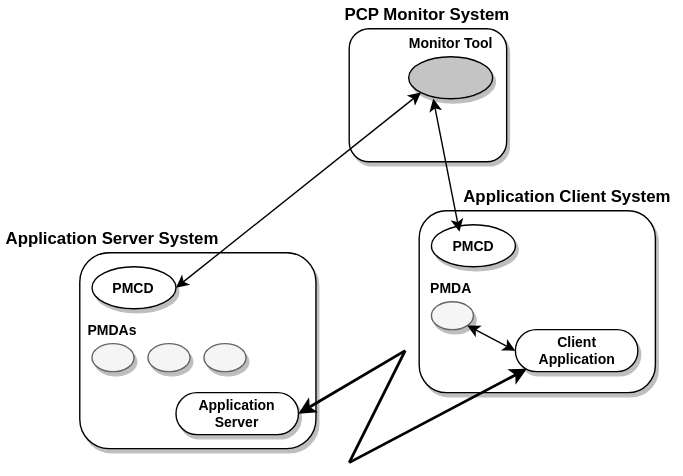
The draw.io diagram images/qos-deploy.svg in performancecopilot/pcp, before a commit. Source tidied: cells renumbered, new cells last; positions are measured from the earlier drawing's top-left corner, leaving out a move shared by most shapes.
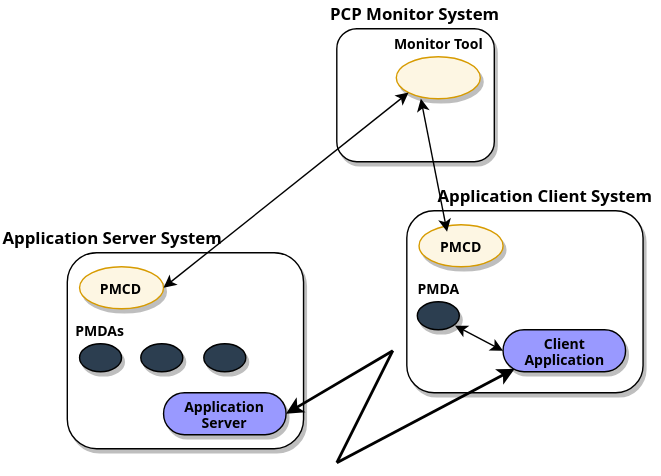
After the commit.

Change to the diagram source:
```diff
@@ -2,96 +2,98 @@
   <root>
     <mxCell id="0" />
     <mxCell id="1" parent="0" />
-    <mxCell id="2" style="rounded=1;whiteSpace=wrap;html=1;shadow=1;fontStyle=1;fontSize=10;" parent="1" vertex="1">
+    <mxCell id="2" style="rounded=1;whiteSpace=wrap;html=1;shadow=1;fontStyle=1;fontSize=10;fontFamily=Sans;" parent="1" vertex="1">
       <mxGeometry x="249" y="20" width="112.5" height="95" as="geometry" />
     </mxCell>
-    <mxCell id="3" style="rounded=1;whiteSpace=wrap;html=1;shadow=1;fontStyle=1;fontSize=10;" parent="1" vertex="1">
+    <mxCell id="3" style="rounded=1;whiteSpace=wrap;html=1;shadow=1;fontStyle=1;fontSize=10;fontFamily=Sans;" parent="1" vertex="1">
       <mxGeometry x="56.5" y="180" width="168.8" height="140" as="geometry" />
     </mxCell>
-    <mxCell id="4" style="ellipse;whiteSpace=wrap;html=1;shadow=1;fontStyle=1;fontSize=10;" parent="1" vertex="1">
+    <mxCell id="4" style="ellipse;whiteSpace=wrap;html=1;shadow=1;fontStyle=1;fontSize=10;fillColor=#FDF6E3;strokeColor=#D79B00;fontFamily=Sans;" parent="1" vertex="1">
       <mxGeometry x="65.2" y="190" width="60" height="30" as="geometry" />
     </mxCell>
-    <mxCell id="5" style="ellipse;whiteSpace=wrap;html=1;fillColor=#f5f5f5;strokeColor=#666666;fontColor=#333333;shadow=1;fontStyle=1;fontSize=10;" parent="1" vertex="1">
+    <mxCell id="5" style="ellipse;whiteSpace=wrap;html=1;fontColor=#333333;shadow=1;fontStyle=1;fontSize=10;fillColor=#2C3E50;fontFamily=Sans;" parent="1" vertex="1">
       <mxGeometry x="65.2" y="245" width="30" height="20" as="geometry" />
     </mxCell>
-    <mxCell id="6" style="ellipse;whiteSpace=wrap;html=1;fillColor=#f5f5f5;strokeColor=#666666;fontColor=#333333;shadow=1;fontStyle=1;fontSize=10;" parent="1" vertex="1">
-      <mxGeometry x="105.2" y="245" width="30" height="20" as="geometry" />
-    </mxCell>
-    <mxCell id="7" style="ellipse;whiteSpace=wrap;html=1;fillColor=#f5f5f5;strokeColor=#666666;fontColor=#333333;shadow=1;fontStyle=1;fontSize=10;" parent="1" vertex="1">
-      <mxGeometry x="145.2" y="245" width="30" height="20" as="geometry" />
-    </mxCell>
-    <mxCell id="8" value="PMCD" style="text;html=1;strokeColor=none;fillColor=none;align=center;verticalAlign=middle;whiteSpace=wrap;rounded=0;shadow=1;fontStyle=1;fontSize=10;" parent="1" vertex="1">
+    <mxCell id="8" value="PMCD" style="text;html=1;strokeColor=none;fillColor=none;align=center;verticalAlign=middle;whiteSpace=wrap;rounded=0;shadow=1;fontStyle=1;fontSize=10;fontFamily=Sans;" parent="1" vertex="1">
       <mxGeometry x="75.2" y="195" width="40" height="20" as="geometry" />
     </mxCell>
-    <mxCell id="9" value="PMDAs" style="text;html=1;strokeColor=none;fillColor=none;align=center;verticalAlign=middle;whiteSpace=wrap;rounded=0;shadow=1;fontStyle=1;fontSize=10;" parent="1" vertex="1">
+    <mxCell id="9" value="PMDAs" style="text;html=1;strokeColor=none;fillColor=none;align=center;verticalAlign=middle;whiteSpace=wrap;rounded=0;shadow=1;fontStyle=1;fontSize=10;fontFamily=Sans;" parent="1" vertex="1">
       <mxGeometry x="60.2" y="225" width="40" height="20" as="geometry" />
     </mxCell>
-    <mxCell id="10" value="&lt;font style=&quot;font-size: 12px&quot;&gt;Application Server System&lt;/font&gt;" style="text;html=1;strokeColor=none;fillColor=none;align=center;verticalAlign=middle;whiteSpace=wrap;rounded=0;shadow=1;fontStyle=1;fontSize=10;" parent="1" vertex="1">
-      <mxGeometry x="0.2" y="160" width="160" height="20" as="geometry" />
+    <mxCell id="10" value="&lt;font style=&quot;font-size: 12px&quot;&gt;Application Server System&lt;/font&gt;" style="text;html=1;strokeColor=none;fillColor=none;align=center;verticalAlign=middle;whiteSpace=wrap;rounded=0;shadow=1;fontStyle=1;fontSize=10;fontFamily=Sans;" parent="1" vertex="1">
+      <mxGeometry x="9" y="160" width="160" height="20" as="geometry" />
     </mxCell>
-    <mxCell id="11" style="ellipse;whiteSpace=wrap;html=1;fillColor=#C4C4C4;shadow=1;fontStyle=1;fontSize=10;" parent="1" vertex="1">
+    <mxCell id="11" style="ellipse;whiteSpace=wrap;html=1;shadow=1;fontStyle=1;fontSize=10;fillColor=#FDF6E3;strokeColor=#D79B00;fontFamily=Sans;" parent="1" vertex="1">
       <mxGeometry x="291.5" y="40" width="60" height="30" as="geometry" />
     </mxCell>
-    <mxCell id="12" value="Monitor Tool" style="text;html=1;strokeColor=none;fillColor=none;align=center;verticalAlign=middle;whiteSpace=wrap;rounded=0;shadow=1;fontSize=10;fontStyle=1;" parent="1" vertex="1">
+    <mxCell id="12" value="Monitor Tool" style="text;html=1;strokeColor=none;fillColor=none;align=center;verticalAlign=middle;whiteSpace=wrap;rounded=0;shadow=1;fontSize=10;fontStyle=1;fontFamily=Sans;" parent="1" vertex="1">
       <mxGeometry x="283.5" y="20" width="76" height="20" as="geometry" />
     </mxCell>
-    <mxCell id="13" value="&lt;font style=&quot;font-size: 12px&quot;&gt;PCP Monitor System&lt;/font&gt;" style="text;html=1;strokeColor=none;fillColor=none;align=center;verticalAlign=middle;whiteSpace=wrap;rounded=0;shadow=1;fontStyle=1;fontSize=10;" parent="1" vertex="1">
+    <mxCell id="13" value="&lt;font style=&quot;font-size: 12px&quot;&gt;PCP Monitor System&lt;/font&gt;" style="text;html=1;strokeColor=none;fillColor=none;align=center;verticalAlign=middle;whiteSpace=wrap;rounded=0;shadow=1;fontStyle=1;fontSize=10;fontFamily=Sans;" parent="1" vertex="1">
       <mxGeometry x="225.2" width="160" height="20" as="geometry" />
     </mxCell>
-    <mxCell id="14" style="rounded=1;whiteSpace=wrap;html=1;shadow=1;fontStyle=1;fontSize=10;" parent="1" vertex="1">
+    <mxCell id="14" style="rounded=1;whiteSpace=wrap;html=1;shadow=1;fontStyle=1;fontSize=10;fontFamily=Sans;" parent="1" vertex="1">
       <mxGeometry x="299" y="150" width="168.8" height="130" as="geometry" />
     </mxCell>
-    <mxCell id="15" style="ellipse;whiteSpace=wrap;html=1;shadow=1;fontStyle=1;fontSize=10;" parent="1" vertex="1">
+    <mxCell id="15" style="ellipse;whiteSpace=wrap;html=1;shadow=1;fontStyle=1;fontSize=10;fillColor=#FDF6E3;strokeColor=#D79B00;fontFamily=Sans;" parent="1" vertex="1">
       <mxGeometry x="307.8" y="160" width="60" height="30" as="geometry" />
     </mxCell>
-    <mxCell id="16" style="ellipse;whiteSpace=wrap;html=1;fillColor=#f5f5f5;strokeColor=#666666;fontColor=#333333;shadow=1;fontStyle=1;fontSize=10;" parent="1" vertex="1">
-      <mxGeometry x="307.8" y="215" width="30" height="20" as="geometry" />
-    </mxCell>
-    <mxCell id="17" value="PMCD" style="text;html=1;strokeColor=none;fillColor=none;align=center;verticalAlign=middle;whiteSpace=wrap;rounded=0;shadow=1;fontStyle=1;fontSize=10;" parent="1" vertex="1">
+    <mxCell id="17" value="PMCD" style="text;html=1;strokeColor=none;fillColor=none;align=center;verticalAlign=middle;whiteSpace=wrap;rounded=0;shadow=1;fontStyle=1;fontSize=10;fontFamily=Sans;" parent="1" vertex="1">
       <mxGeometry x="317.8" y="165" width="40" height="20" as="geometry" />
     </mxCell>
-    <mxCell id="18" value="PMDA" style="text;html=1;strokeColor=none;fillColor=none;align=center;verticalAlign=middle;whiteSpace=wrap;rounded=0;shadow=1;fontStyle=1;fontSize=10;" parent="1" vertex="1">
+    <mxCell id="18" value="PMDA" style="text;html=1;strokeColor=none;fillColor=none;align=center;verticalAlign=middle;whiteSpace=wrap;rounded=0;shadow=1;fontStyle=1;fontSize=10;fontFamily=Sans;" parent="1" vertex="1">
       <mxGeometry x="301.5" y="195" width="40" height="20" as="geometry" />
     </mxCell>
-    <mxCell id="19" value="&lt;font style=&quot;font-size: 12px&quot;&gt;Application Client System&lt;/font&gt;" style="text;html=1;strokeColor=none;fillColor=none;align=center;verticalAlign=middle;whiteSpace=wrap;rounded=0;shadow=1;fontStyle=1;fontSize=10;" parent="1" vertex="1">
-      <mxGeometry x="325.2" y="130" width="160" height="20" as="geometry" />
+    <mxCell id="19" value="&lt;font style=&quot;font-size: 12px&quot;&gt;Application Client System&lt;/font&gt;" style="text;html=1;strokeColor=none;fillColor=none;align=center;verticalAlign=middle;whiteSpace=wrap;rounded=0;shadow=1;fontStyle=1;fontSize=10;fontFamily=Sans;" parent="1" vertex="1">
+      <mxGeometry x="317.8" y="130" width="160" height="20" as="geometry" />
     </mxCell>
-    <mxCell id="20" style="rounded=1;whiteSpace=wrap;html=1;shadow=1;fontSize=10;arcSize=50;fontStyle=1;" parent="1" vertex="1">
+    <mxCell id="20" style="rounded=1;whiteSpace=wrap;html=1;shadow=1;fontSize=10;arcSize=50;fontStyle=1;fillColor=#9999FF;fontFamily=Sans;" parent="1" vertex="1">
       <mxGeometry x="367.8" y="235" width="87.5" height="30" as="geometry" />
     </mxCell>
-    <mxCell id="21" value="Client Application" style="text;html=1;strokeColor=none;fillColor=none;align=center;verticalAlign=middle;whiteSpace=wrap;rounded=0;shadow=1;fontSize=10;fontStyle=1;" parent="1" vertex="1">
+    <mxCell id="21" value="Client Application" style="text;html=1;strokeColor=none;fillColor=none;align=center;verticalAlign=middle;whiteSpace=wrap;rounded=0;shadow=1;fontSize=10;fontStyle=1;fontFamily=Sans;" parent="1" vertex="1">
       <mxGeometry x="391.5" y="240" width="40" height="20" as="geometry" />
     </mxCell>
-    <mxCell id="22" style="endArrow=classic;startArrow=classic;html=1;shadow=0;fontSize=10;exitX=1;exitY=0.5;exitDx=0;exitDy=0;entryX=0;entryY=1;entryDx=0;entryDy=0;fontStyle=1;" parent="1" edge="1" source="4" target="11">
+    <mxCell id="22" style="endArrow=classic;startArrow=classic;html=1;shadow=0;fontSize=10;exitX=1;exitY=0.5;exitDx=0;exitDy=0;entryX=0;entryY=1;entryDx=0;entryDy=0;fontStyle=1;fontFamily=Sans;" parent="1" edge="1" source="4" target="11">
       <mxGeometry relative="1" as="geometry" />
     </mxCell>
-    <mxCell id="23" style="endArrow=classic;startArrow=classic;html=1;shadow=0;fontSize=10;entryX=0.292;entryY=1;entryDx=0;entryDy=0;entryPerimeter=0;exitX=0.25;exitY=0;exitDx=0;exitDy=0;fontStyle=1;" parent="1" edge="1" source="17" target="11">
+    <mxCell id="23" style="endArrow=classic;startArrow=classic;html=1;shadow=0;fontSize=10;entryX=0.292;entryY=1;entryDx=0;entryDy=0;entryPerimeter=0;exitX=0.25;exitY=0;exitDx=0;exitDy=0;fontStyle=1;fontFamily=Sans;" parent="1" edge="1" source="17" target="11">
       <mxGeometry relative="1" as="geometry" />
     </mxCell>
-    <mxCell id="24" style="endArrow=classic;startArrow=classic;html=1;shadow=0;fontSize=10;entryX=1;entryY=1;entryDx=0;entryDy=0;exitX=0;exitY=0.5;exitDx=0;exitDy=0;fontStyle=1;" parent="1" edge="1" source="20" target="16">
-      <mxGeometry relative="1" as="geometry" />
+    <mxCell id="24" style="endArrow=classic;startArrow=classic;html=1;shadow=0;fontSize=10;entryX=1;entryY=1;entryDx=0;entryDy=0;exitX=0;exitY=0.5;exitDx=0;exitDy=0;fontStyle=1;fontFamily=Sans;" parent="1" edge="1" source="20">
+      <mxGeometry relative="1" as="geometry">
+        <mxPoint x="333.4" y="232.1" as="targetPoint" />
+      </mxGeometry>
     </mxCell>
-    <mxCell id="25" style="rounded=1;whiteSpace=wrap;html=1;shadow=1;fontSize=10;arcSize=50;fontStyle=1;" parent="1" vertex="1">
+    <mxCell id="25" style="rounded=1;whiteSpace=wrap;html=1;shadow=1;fontSize=10;arcSize=50;fontStyle=1;fillColor=#9999FF;fontFamily=Sans;" parent="1" vertex="1">
       <mxGeometry x="125.2" y="280" width="87.5" height="30" as="geometry" />
     </mxCell>
-    <mxCell id="26" value="Application Server" style="text;html=1;strokeColor=none;fillColor=none;align=center;verticalAlign=middle;whiteSpace=wrap;rounded=0;shadow=1;fontSize=10;fontStyle=1;" parent="1" vertex="1">
+    <mxCell id="26" value="Application Server" style="text;html=1;strokeColor=none;fillColor=none;align=center;verticalAlign=middle;whiteSpace=wrap;rounded=0;shadow=1;fontSize=10;fontStyle=1;fontFamily=Sans;" parent="1" vertex="1">
       <mxGeometry x="149" y="285" width="40" height="20" as="geometry" />
     </mxCell>
-    <mxCell id="27" style="endArrow=classic;html=1;shadow=0;fontSize=10;entryX=1;entryY=0.5;entryDx=0;entryDy=0;strokeWidth=2;fontStyle=1;" parent="1" edge="1" target="25">
+    <mxCell id="27" style="endArrow=classic;html=1;shadow=0;fontSize=10;entryX=1;entryY=0.5;entryDx=0;entryDy=0;strokeWidth=2;fontStyle=1;fontFamily=Sans;" parent="1" edge="1" target="25">
       <mxGeometry relative="1" as="geometry">
         <mxPoint x="289" y="250" as="sourcePoint" />
       </mxGeometry>
     </mxCell>
-    <mxCell id="28" style="endArrow=none;html=1;shadow=0;fontSize=10;strokeWidth=2;fontStyle=1;" parent="1" edge="1">
+    <mxCell id="28" style="endArrow=none;html=1;shadow=0;fontSize=10;strokeWidth=2;fontStyle=1;fontFamily=Sans;" parent="1" edge="1">
       <mxGeometry relative="1" as="geometry">
         <mxPoint x="249" y="330" as="sourcePoint" />
         <mxPoint x="289" y="250" as="targetPoint" />
       </mxGeometry>
     </mxCell>
-    <mxCell id="29" style="endArrow=classic;html=1;shadow=0;fontSize=10;entryX=0.094;entryY=0.933;entryDx=0;entryDy=0;entryPerimeter=0;strokeWidth=2;fontStyle=1;" parent="1" edge="1" target="20">
+    <mxCell id="29" style="endArrow=classic;html=1;shadow=0;fontSize=10;entryX=0.094;entryY=0.933;entryDx=0;entryDy=0;entryPerimeter=0;strokeWidth=2;fontStyle=1;fontFamily=Sans;" parent="1" edge="1" target="20">
       <mxGeometry relative="1" as="geometry">
         <mxPoint x="249" y="330" as="sourcePoint" />
       </mxGeometry>
     </mxCell>
+    <mxCell id="30" style="ellipse;whiteSpace=wrap;html=1;fontColor=#333333;shadow=1;fontStyle=1;fontSize=10;fillColor=#2C3E50;fontFamily=Sans;" parent="1" vertex="1">
+      <mxGeometry x="109" y="245" width="30" height="20" as="geometry" />
+    </mxCell>
+    <mxCell id="31" style="ellipse;whiteSpace=wrap;html=1;fontColor=#333333;shadow=1;fontStyle=1;fontSize=10;fillColor=#2C3E50;fontFamily=Sans;" parent="1" vertex="1">
+      <mxGeometry x="154" y="245" width="30" height="20" as="geometry" />
+    </mxCell>
+    <mxCell id="32" style="ellipse;whiteSpace=wrap;html=1;fontColor=#333333;shadow=1;fontStyle=1;fontSize=10;fillColor=#2C3E50;fontFamily=Sans;" parent="1" vertex="1">
+      <mxGeometry x="306.5" y="215" width="30" height="20" as="geometry" />
+    </mxCell>
   </root>
 </mxGraphModel>
```
